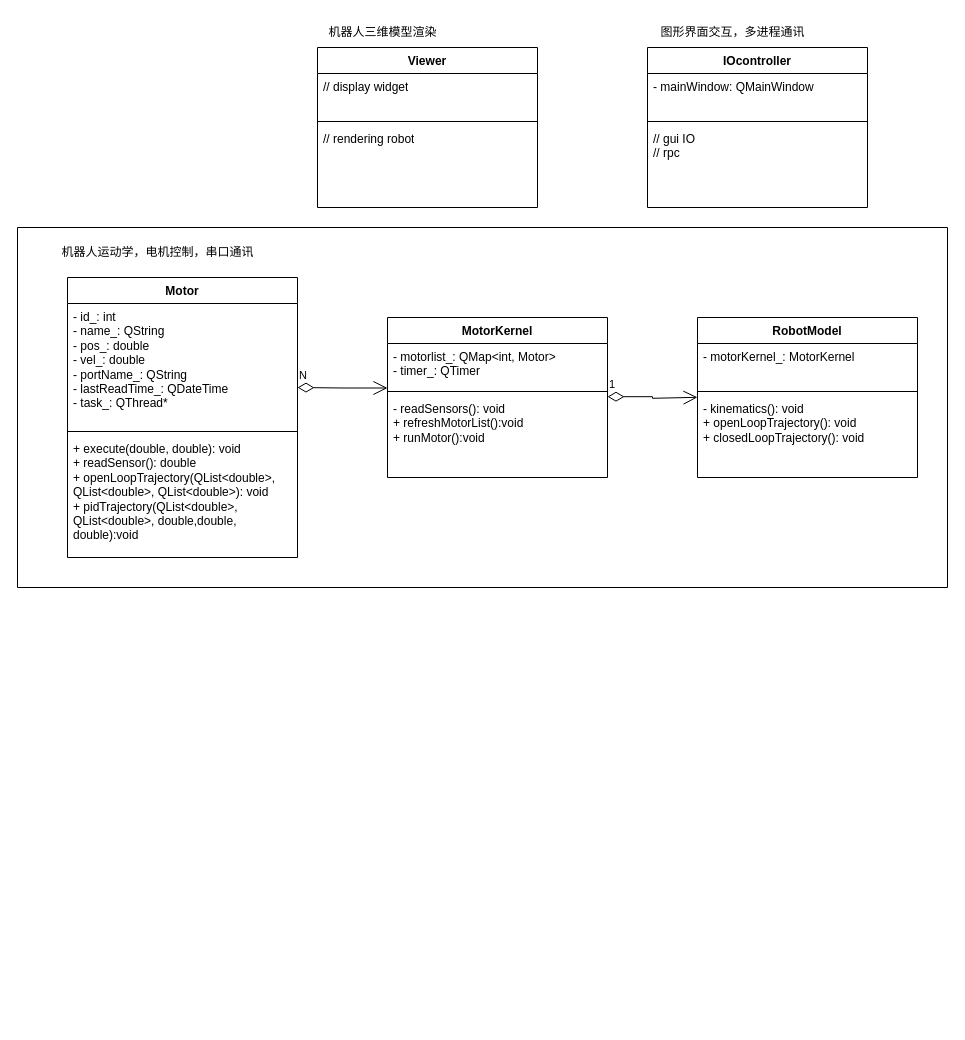
The draw.io diagram framework.drawio in Shi-Yueyang/RobotY, before the edit. Source tidied: cells renumbered, new cells numbered last; positions are measured from the earlier drawing's top-left corner, leaving out a move shared by most shapes. Both pictures are drawn from the tidied source at 100%, with x=0, y=0 at pixel (17, 17).
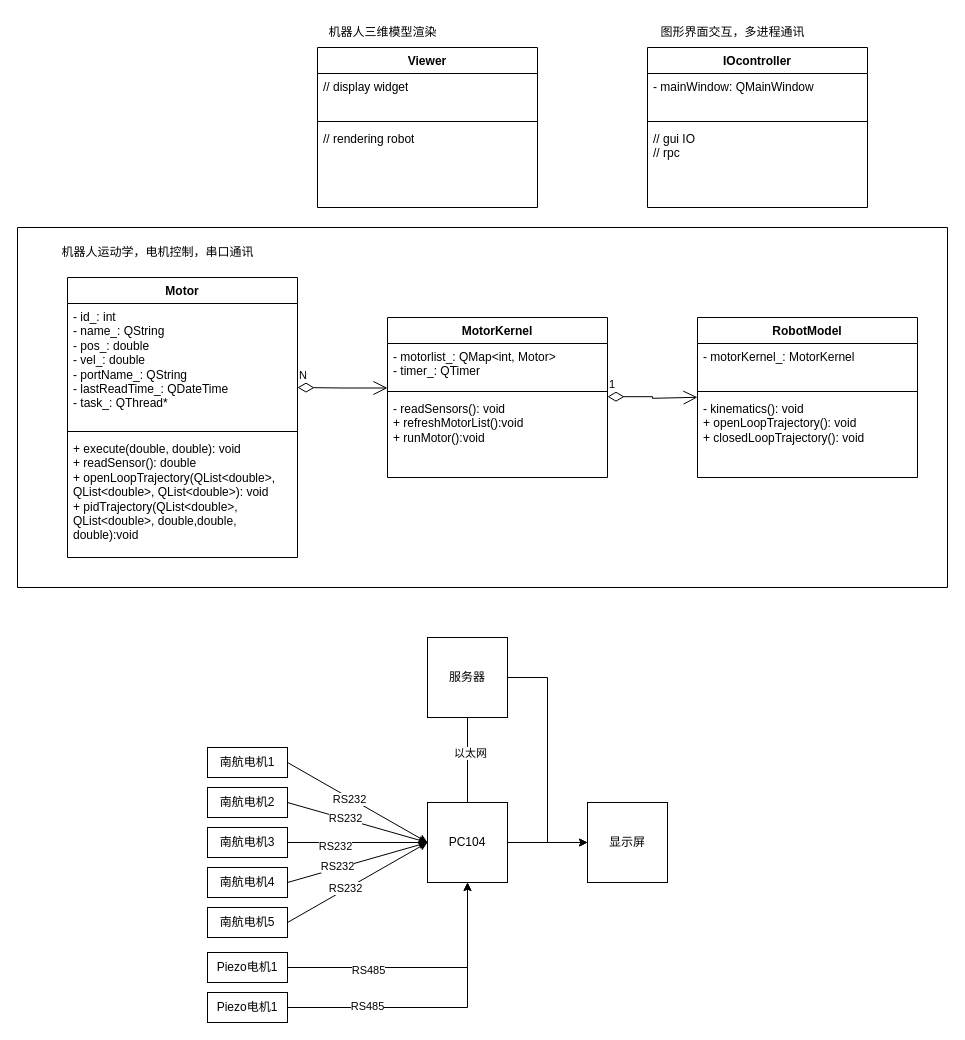
Above is the later version.

What changed in the source:
```diff
@@
+    <mxCell id="28" style="edgeStyle=orthogonalEdgeStyle;rounded=0;jettySize=auto;html=1;" parent="1" edge="1" source="29" target="30">
+      <mxGeometry relative="1" as="geometry" />
+    </mxCell>
+    <mxCell id="29" value="PC104" style="whiteSpace=wrap;html=1;" parent="1" vertex="1">
+      <mxGeometry x="410" y="785" width="80" height="80" as="geometry" />
+    </mxCell>
+    <mxCell id="30" value="显示屏" style="whiteSpace=wrap;html=1;" parent="1" vertex="1">
+      <mxGeometry x="570" y="785" width="80" height="80" as="geometry" />
+    </mxCell>
+    <mxCell id="31" value="南航电机1" style="rounded=0;whiteSpace=wrap;html=1;" parent="1" vertex="1">
+      <mxGeometry x="190" y="730" width="80" height="30" as="geometry" />
+    </mxCell>
+    <mxCell id="32" value="南航电机2" style="rounded=0;whiteSpace=wrap;html=1;" parent="1" vertex="1">
+      <mxGeometry x="190" y="770" width="80" height="30" as="geometry" />
+    </mxCell>
+    <mxCell id="33" value="南航电机3" style="rounded=0;whiteSpace=wrap;html=1;" parent="1" vertex="1">
+      <mxGeometry x="190" y="810" width="80" height="30" as="geometry" />
+    </mxCell>
+    <mxCell id="34" value="南航电机4" style="rounded=0;whiteSpace=wrap;html=1;" parent="1" vertex="1">
+      <mxGeometry x="190" y="850" width="80" height="30" as="geometry" />
+    </mxCell>
+    <mxCell id="35" value="南航电机5" style="rounded=0;whiteSpace=wrap;html=1;" parent="1" vertex="1">
+      <mxGeometry x="190" y="890" width="80" height="30" as="geometry" />
+    </mxCell>
+    <mxCell id="36" style="endArrow=classic;html=1;rounded=0;exitX=1;exitY=0.5;exitDx=0;exitDy=0;entryX=0;entryY=0.5;entryDx=0;entryDy=0;" parent="1" edge="1" source="31" target="29">
+      <mxGeometry relative="1" as="geometry" />
+    </mxCell>
+    <mxCell id="37" value="RS232" style="edgeLabel;html=1;align=center;verticalAlign=middle;" parent="36" vertex="1">
+      <mxGeometry x="-0.12" y="-1" relative="1" as="geometry" />
+    </mxCell>
+    <mxCell id="38" style="endArrow=classic;html=1;rounded=0;exitX=1;exitY=0.5;exitDx=0;exitDy=0;entryX=0;entryY=0.5;entryDx=0;entryDy=0;" parent="1" edge="1" source="32" target="29">
+      <mxGeometry relative="1" as="geometry" />
+    </mxCell>
+    <mxCell id="39" value="RS232" style="edgeLabel;html=1;align=center;verticalAlign=middle;" parent="38" vertex="1">
+      <mxGeometry x="-0.19" y="1" relative="1" as="geometry" />
+    </mxCell>
+    <mxCell id="40" style="endArrow=classic;html=1;rounded=0;exitX=1;exitY=0.5;exitDx=0;exitDy=0;entryX=0;entryY=0.5;entryDx=0;entryDy=0;" parent="1" edge="1" target="29">
+      <mxGeometry relative="1" as="geometry">
+        <mxPoint x="270" y="825" as="sourcePoint" />
+      </mxGeometry>
+    </mxCell>
+    <mxCell id="41" value="RS232" style="edgeLabel;html=1;align=center;verticalAlign=middle;" parent="40" vertex="1">
+      <mxGeometry x="-0.33" y="-3" relative="1" as="geometry" />
+    </mxCell>
+    <mxCell id="42" style="endArrow=classic;html=1;rounded=0;exitX=1;exitY=0.5;exitDx=0;exitDy=0;entryX=0;entryY=0.5;entryDx=0;entryDy=0;" parent="1" edge="1" target="29">
+      <mxGeometry relative="1" as="geometry">
+        <mxPoint x="270" y="865" as="sourcePoint" />
+      </mxGeometry>
+    </mxCell>
+    <mxCell id="43" value="RS232" style="edgeLabel;html=1;align=center;verticalAlign=middle;" parent="42" vertex="1">
+      <mxGeometry x="-0.28" y="2" relative="1" as="geometry" />
+    </mxCell>
+    <mxCell id="44" style="endArrow=classic;html=1;rounded=0;exitX=1;exitY=0.5;exitDx=0;exitDy=0;entryX=0;entryY=0.5;entryDx=0;entryDy=0;" parent="1" edge="1" target="29">
+      <mxGeometry relative="1" as="geometry">
+        <mxPoint x="270" y="905" as="sourcePoint" />
+      </mxGeometry>
+    </mxCell>
+    <mxCell id="45" value="RS232" style="edgeLabel;html=1;align=center;verticalAlign=middle;" parent="44" vertex="1">
+      <mxGeometry x="-0.17" y="2" relative="1" as="geometry" />
+    </mxCell>
+    <mxCell id="46" style="edgeStyle=orthogonalEdgeStyle;rounded=0;jettySize=auto;html=1;entryX=0.5;entryY=1;entryDx=0;entryDy=0;" parent="1" edge="1" source="48" target="29">
+      <mxGeometry relative="1" as="geometry" />
+    </mxCell>
+    <mxCell id="47" value="RS485" style="edgeLabel;html=1;align=center;verticalAlign=middle;" parent="46" vertex="1">
+      <mxGeometry x="-0.4" y="-2" relative="1" as="geometry" />
+    </mxCell>
+    <mxCell id="48" value="Piezo电机1" style="rounded=0;whiteSpace=wrap;html=1;" parent="1" vertex="1">
+      <mxGeometry x="190" y="935" width="80" height="30" as="geometry" />
+    </mxCell>
+    <mxCell id="49" style="edgeStyle=orthogonalEdgeStyle;rounded=0;jettySize=auto;html=1;entryX=0.5;entryY=1;entryDx=0;entryDy=0;" parent="1" edge="1" source="51" target="29">
+      <mxGeometry relative="1" as="geometry" />
+    </mxCell>
+    <mxCell id="50" value="RS485" style="edgeLabel;html=1;align=center;verticalAlign=middle;" parent="49" vertex="1">
+      <mxGeometry x="-0.48" y="2" relative="1" as="geometry" />
+    </mxCell>
+    <mxCell id="51" value="Piezo电机1" style="rounded=0;whiteSpace=wrap;html=1;" parent="1" vertex="1">
+      <mxGeometry x="190" y="975" width="80" height="30" as="geometry" />
+    </mxCell>
+    <mxCell id="52" style="edgeStyle=orthogonalEdgeStyle;rounded=0;jettySize=auto;html=1;entryX=0;entryY=0.5;entryDx=0;entryDy=0;" parent="1" edge="1" source="53" target="30">
+      <mxGeometry relative="1" as="geometry" />
+    </mxCell>
+    <mxCell id="53" value="服务器" style="whiteSpace=wrap;html=1;" parent="1" vertex="1">
+      <mxGeometry x="410" y="620" width="80" height="80" as="geometry" />
+    </mxCell>
+    <mxCell id="54" style="endArrow=none;html=1;rounded=0;entryX=0.5;entryY=1;entryDx=0;entryDy=0;exitX=0.5;exitY=0;exitDx=0;exitDy=0;" parent="1" edge="1" source="29" target="53">
+      <mxGeometry relative="1" as="geometry" />
+    </mxCell>
+    <mxCell id="55" value="以太网" style="edgeLabel;html=1;align=center;verticalAlign=middle;" parent="54" vertex="1">
+      <mxGeometry x="0.18" y="-2" relative="1" as="geometry" />
+    </mxCell>
```
